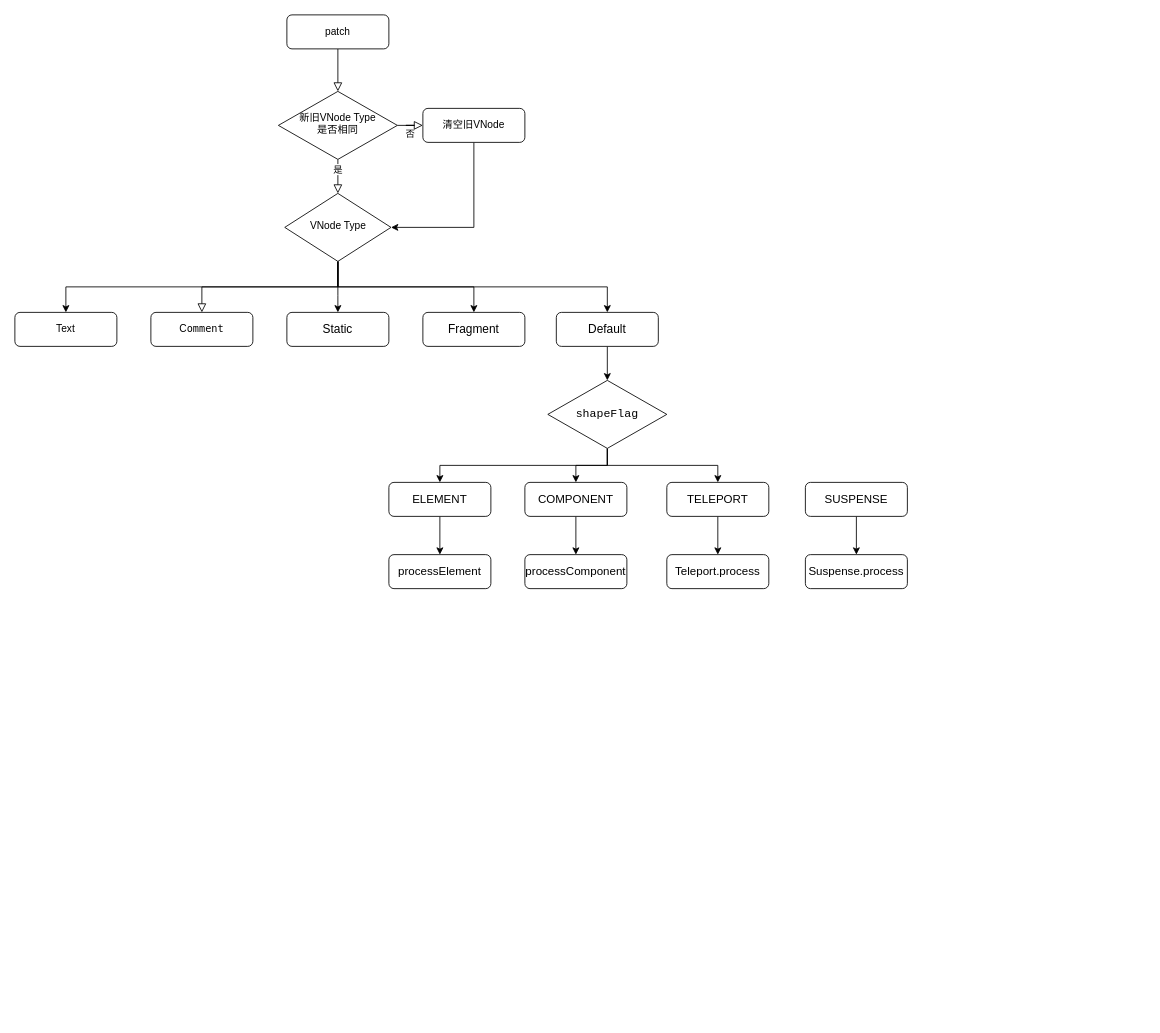
Before: public/vue.drawio in cheekahao/note, a draw.io diagram. Source tidied: cells renumbered, new cells numbered last; positions are measured from the earlier drawing's top-left corner, leaving out a move shared by most shapes. Both pictures are drawn from the tidied source at 85%, with x=0, y=0 at pixel (14, 14).
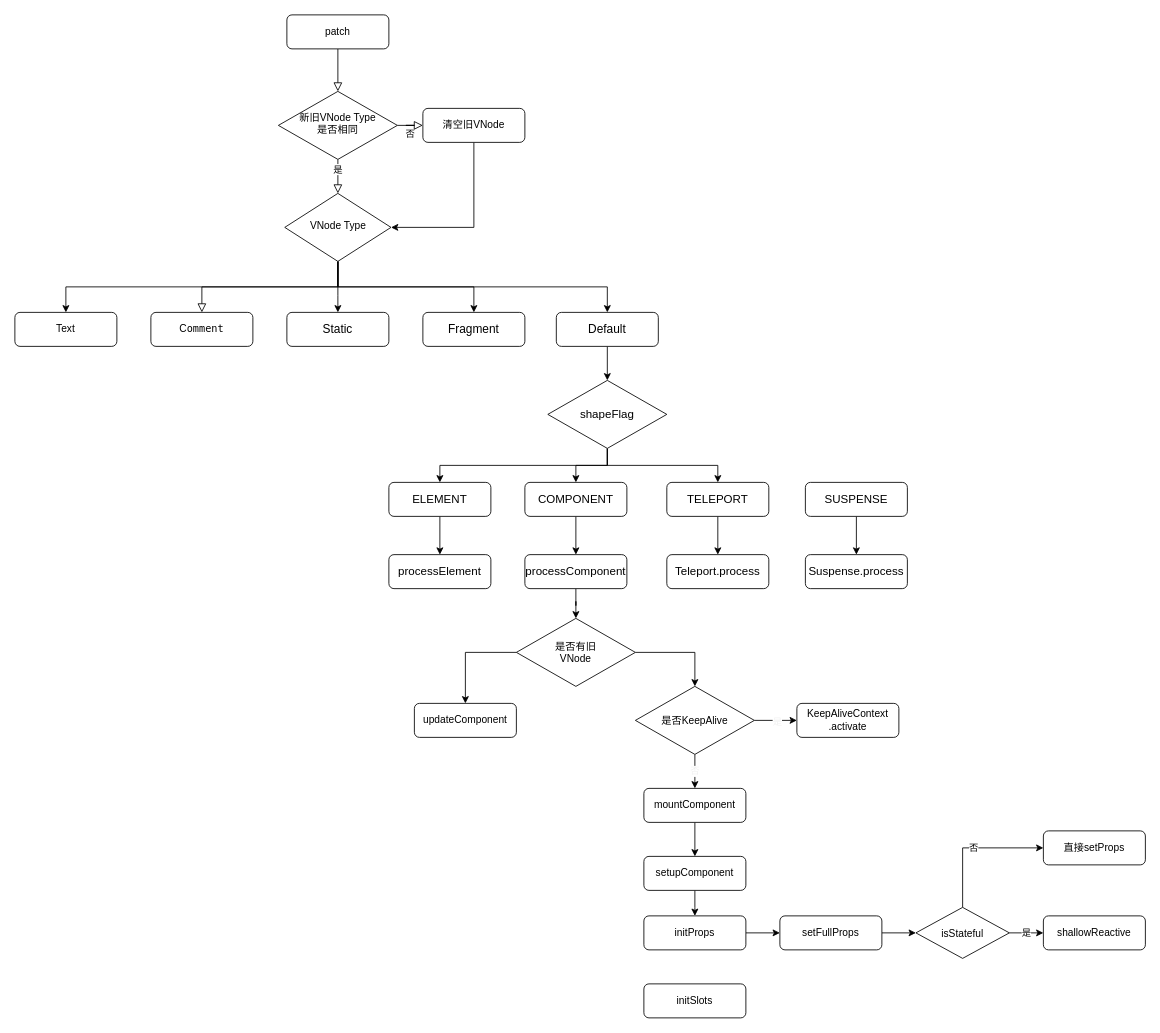
After the change.

The change refers to these unchanged cells:
```xml
<mxCell id="31" value="&lt;div style=&quot;text-align: left&quot;&gt;&lt;div style=&quot;box-sizing: border-box ; font-size: 13.6px ; margin-top: 0px ; margin-bottom: 0px ; overflow-wrap: normal ; padding: 16px ; overflow: auto ; line-height: 1.45 ; border-radius: 6px ; word-break: normal&quot;&gt;&lt;div style=&quot;box-sizing: border-box ; margin-top: 0px ; margin-bottom: 0px ; overflow-wrap: normal ; padding: 16px ; overflow: auto ; line-height: 1.45 ; border-radius: 6px ; word-break: normal&quot;&gt;&lt;div style=&quot;box-sizing: border-box; margin-top: 0px; margin-bottom: 0px; overflow-wrap: normal; padding: 16px; overflow: auto; line-height: 1.45; border-radius: 6px; word-break: normal;&quot;&gt;&lt;span class=&quot;pl-en&quot; style=&quot;box-sizing: border-box&quot;&gt;processComponent&lt;/span&gt;&lt;/div&gt;&lt;/div&gt;&lt;/div&gt;&lt;/div&gt;" style="rounded=1;whiteSpace=wrap;html=1;fontSize=12;glass=0;strokeWidth=1;shadow=0;labelBackgroundColor=none;fontFamily=Helvetica;" parent="1" vertex="1">
  <mxGeometry x="600" y="635" width="120" height="40" as="geometry" />
</mxCell>
```

The edit, as a diff of the source:
```diff
@@
-    <mxCell id="25" value="&lt;div style=&quot;font-family: menlo, monaco, &amp;quot;courier new&amp;quot;, monospace; font-weight: normal; font-size: 12px; line-height: 18px;&quot;&gt;&lt;pre style=&quot;box-sizing: border-box; font-size: 13.6px; margin-top: 0px; margin-bottom: 0px; overflow-wrap: normal; padding: 16px; overflow: auto; line-height: 1.45; border-radius: 6px; word-break: normal;&quot;&gt;&lt;span class=&quot;pl-s1&quot; style=&quot;box-sizing: border-box&quot;&gt;shapeFlag&lt;/span&gt;&lt;/pre&gt;&lt;/div&gt;" style="rhombus;whiteSpace=wrap;html=1;rounded=0;shadow=0;strokeWidth=1;glass=0;labelBackgroundColor=none;" parent="1" vertex="1">
+    <mxCell id="25" value="&lt;div style=&quot;font-weight: normal; font-size: 12px; line-height: 18px;&quot;&gt;&lt;div style=&quot;box-sizing: border-box; font-size: 13.6px; margin-top: 0px; margin-bottom: 0px; overflow-wrap: normal; padding: 16px; overflow: auto; line-height: 1.45; border-radius: 6px; word-break: normal;&quot;&gt;&lt;span class=&quot;pl-s1&quot; style=&quot;box-sizing: border-box&quot;&gt;shapeFlag&lt;/span&gt;&lt;/div&gt;&lt;/div&gt;" style="rhombus;whiteSpace=wrap;html=1;rounded=0;shadow=0;strokeWidth=1;glass=0;labelBackgroundColor=none;fontFamily=Helvetica;" parent="1" vertex="1">
       <mxGeometry x="627" y="430" width="140" height="80" as="geometry" />
     </mxCell>
@@
+    <mxCell id="38" style="edgeStyle=orthogonalEdgeStyle;rounded=0;jettySize=auto;html=1;fontFamily=Helvetica;fontColor=#f0f0f0;" parent="1" edge="1" source="31" target="43">
+      <mxGeometry relative="1" as="geometry" />
+    </mxCell>
@@
+    <mxCell id="39" style="edgeStyle=orthogonalEdgeStyle;rounded=0;jettySize=auto;html=1;" parent="1" edge="1" source="40" target="51">
+      <mxGeometry relative="1" as="geometry" />
+    </mxCell>
+    <mxCell id="40" value="mountComponent" style="rounded=1;whiteSpace=wrap;fontSize=12;glass=0;strokeWidth=1;shadow=0;labelBackgroundColor=none;fontFamily=Helvetica;" parent="1" vertex="1">
+      <mxGeometry x="740" y="910" width="120" height="40" as="geometry" />
+    </mxCell>
+    <mxCell id="41" style="edgeStyle=orthogonalEdgeStyle;rounded=0;jettySize=auto;html=1;entryX=0.5;entryY=0;entryDx=0;entryDy=0;fontFamily=Helvetica;fontColor=#f0f0f0;" parent="1" edge="1" source="43" target="44">
+      <mxGeometry relative="1" as="geometry">
+        <Array as="points">
+          <mxPoint x="530" y="750" />
+        </Array>
+      </mxGeometry>
+    </mxCell>
+    <mxCell id="42" style="edgeStyle=orthogonalEdgeStyle;rounded=0;jettySize=auto;html=1;exitX=1;exitY=0.5;exitDx=0;exitDy=0;entryX=0.5;entryY=0;entryDx=0;entryDy=0;fontFamily=Helvetica;fontColor=#f0f0f0;" parent="1" edge="1" source="43" target="48">
+      <mxGeometry relative="1" as="geometry" />
+    </mxCell>
+    <mxCell id="43" value="是否有旧&#10;VNode" style="rhombus;rounded=0;shadow=0;strokeWidth=1;glass=0;labelBackgroundColor=none;fontFamily=Helvetica;spacing=0;" parent="1" vertex="1">
+      <mxGeometry x="590" y="710" width="140" height="80" as="geometry" />
+    </mxCell>
+    <mxCell id="44" value="updateComponent" style="rounded=1;whiteSpace=wrap;fontSize=12;glass=0;strokeWidth=1;shadow=0;labelBackgroundColor=none;fontFamily=Helvetica;" parent="1" vertex="1">
+      <mxGeometry x="470" y="810" width="120" height="40" as="geometry" />
+    </mxCell>
+    <mxCell id="45" style="edgeStyle=orthogonalEdgeStyle;rounded=0;jettySize=auto;html=1;fontFamily=Helvetica;fontColor=#f0f0f0;" parent="1" edge="1" source="48" target="49">
+      <mxGeometry relative="1" as="geometry" />
+    </mxCell>
+    <mxCell id="46" value="是" style="edgeLabel;html=1;align=center;verticalAlign=middle;fontFamily=Helvetica;fontColor=#f0f0f0;" parent="45" vertex="1">
+      <mxGeometry x="0.03" y="-1" relative="1" as="geometry" />
+    </mxCell>
+    <mxCell id="47" value="否" style="edgeStyle=orthogonalEdgeStyle;rounded=0;jettySize=auto;html=1;fontFamily=Helvetica;fontColor=#f0f0f0;" parent="1" edge="1" source="48" target="40">
+      <mxGeometry relative="1" as="geometry" />
+    </mxCell>
+    <mxCell id="48" value="是否KeepAlive" style="rhombus;rounded=0;shadow=0;strokeWidth=1;glass=0;labelBackgroundColor=none;fontFamily=Helvetica;spacing=0;" parent="1" vertex="1">
+      <mxGeometry x="730" y="790" width="140" height="80" as="geometry" />
+    </mxCell>
+    <mxCell id="49" value="KeepAliveContext&#10;.activate" style="rounded=1;fontSize=12;glass=0;strokeWidth=1;shadow=0;labelBackgroundColor=none;fontFamily=Helvetica;whiteSpace=wrap;" parent="1" vertex="1">
+      <mxGeometry x="920" y="810" width="120" height="40" as="geometry" />
+    </mxCell>
+    <mxCell id="50" style="edgeStyle=orthogonalEdgeStyle;rounded=0;jettySize=auto;html=1;" parent="1" edge="1" source="51">
+      <mxGeometry relative="1" as="geometry">
+        <mxPoint x="800" y="1060" as="targetPoint" />
+      </mxGeometry>
+    </mxCell>
+    <mxCell id="51" value="setupComponent" style="rounded=1;whiteSpace=wrap;fontSize=12;glass=0;strokeWidth=1;shadow=0;labelBackgroundColor=none;fontFamily=Helvetica;" parent="1" vertex="1">
+      <mxGeometry x="740" y="990" width="120" height="40" as="geometry" />
+    </mxCell>
+    <mxCell id="52" style="edgeStyle=orthogonalEdgeStyle;rounded=0;jettySize=auto;html=1;" parent="1" edge="1" source="53" target="56">
+      <mxGeometry relative="1" as="geometry" />
+    </mxCell>
+    <mxCell id="53" value="initProps" style="rounded=1;whiteSpace=wrap;fontSize=12;glass=0;strokeWidth=1;shadow=0;labelBackgroundColor=none;fontFamily=Helvetica;" parent="1" vertex="1">
+      <mxGeometry x="740" y="1060" width="120" height="40" as="geometry" />
+    </mxCell>
+    <mxCell id="54" value="initSlots" style="rounded=1;whiteSpace=wrap;fontSize=12;glass=0;strokeWidth=1;shadow=0;labelBackgroundColor=none;fontFamily=Helvetica;" parent="1" vertex="1">
+      <mxGeometry x="740" y="1140" width="120" height="40" as="geometry" />
+    </mxCell>
+    <mxCell id="55" style="edgeStyle=orthogonalEdgeStyle;rounded=0;jettySize=auto;html=1;" parent="1" edge="1" source="56" target="59">
+      <mxGeometry relative="1" as="geometry" />
+    </mxCell>
+    <mxCell id="56" value="setFullProps" style="rounded=1;whiteSpace=wrap;fontSize=12;glass=0;strokeWidth=1;shadow=0;labelBackgroundColor=none;fontFamily=Helvetica;" parent="1" vertex="1">
+      <mxGeometry x="900" y="1060" width="120" height="40" as="geometry" />
+    </mxCell>
+    <mxCell id="57" value="是" style="edgeStyle=orthogonalEdgeStyle;rounded=0;jettySize=auto;html=1;" parent="1" edge="1" source="59" target="60">
+      <mxGeometry relative="1" as="geometry" />
+    </mxCell>
+    <mxCell id="58" value="否" style="edgeStyle=orthogonalEdgeStyle;rounded=0;jettySize=auto;html=1;entryX=0;entryY=0.5;entryDx=0;entryDy=0;" parent="1" edge="1" source="59" target="61">
+      <mxGeometry relative="1" as="geometry">
+        <Array as="points">
+          <mxPoint x="1115" y="980" />
+        </Array>
+      </mxGeometry>
+    </mxCell>
+    <mxCell id="59" value="isStateful" style="rhombus;rounded=0;shadow=0;strokeWidth=1;glass=0;labelBackgroundColor=none;fontFamily=Helvetica;spacing=0;" parent="1" vertex="1">
+      <mxGeometry x="1060" y="1050" width="110" height="60" as="geometry" />
+    </mxCell>
+    <mxCell id="60" value="shallowReactive" style="rounded=1;whiteSpace=wrap;fontSize=12;glass=0;strokeWidth=1;shadow=0;labelBackgroundColor=none;fontFamily=Helvetica;" parent="1" vertex="1">
+      <mxGeometry x="1210" y="1060" width="120" height="40" as="geometry" />
+    </mxCell>
+    <mxCell id="61" value="直接setProps" style="rounded=1;whiteSpace=wrap;fontSize=12;glass=0;strokeWidth=1;shadow=0;labelBackgroundColor=none;fontFamily=Helvetica;" parent="1" vertex="1">
+      <mxGeometry x="1210" y="960" width="120" height="40" as="geometry" />
+    </mxCell>
```
